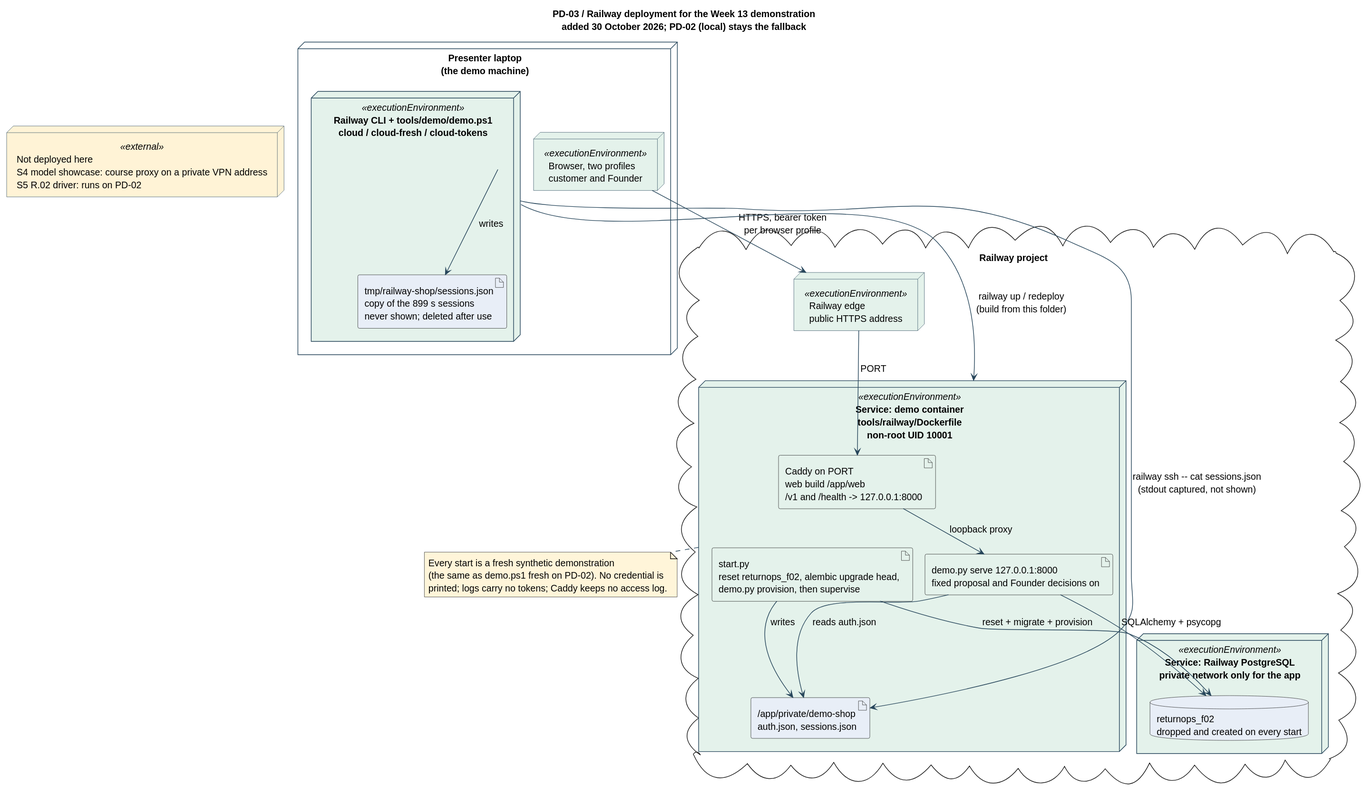
shuxiachai/returnops-au keeps this PlantUML diagram as docs/diagrams/shared/deployment-railway.svg. Above is the earlier version. The source it was exported from:
```plantuml
@startuml
title PD-03 / Railway deployment for the Week 13 demonstration\nadded 30 October 2026; PD-02 (local) stays the fallback
!pragma layout smetana
top to bottom direction
skinparam defaultFontName SansSerif
skinparam defaultFontSize 14
skinparam shadowing false
skinparam componentStyle rectangle
skinparam ArrowColor #27465B
skinparam nodeBorderColor #27465B
skinparam noteBackgroundColor #FFF5D9
skinparam nodesep 55
skinparam ranksep 55

node "Presenter laptop\n(the demo machine)" as Laptop {
  node "Browser, two profiles\ncustomer and Founder" as Browser <<executionEnvironment>> #E4F2EB
  node "Railway CLI + tools/demo/demo.ps1\ncloud / cloud-fresh / cloud-tokens" as Cli <<executionEnvironment>> #E4F2EB {
    artifact "tmp/railway-shop/sessions.json\ncopy of the 899 s sessions\nnever shown; deleted after use" as LocalSessions #E8EEF7
  }
}

cloud "Railway project" as Railway {
  node "Railway edge\npublic HTTPS address" as Edge <<executionEnvironment>> #E4F2EB
  node "Service: demo container\ntools/railway/Dockerfile\nnon-root UID 10001" as Service <<executionEnvironment>> #E4F2EB {
    artifact "start.py\nreset returnops_f02, alembic upgrade head,\ndemo.py provision, then supervise" as Start #E4F2EB
    artifact "Caddy on PORT\nweb build /app/web\n/v1 and /health -> 127.0.0.1:8000" as Caddy #E4F2EB
    artifact "demo.py serve 127.0.0.1:8000\nfixed proposal and Founder decisions on" as Api #E4F2EB
    artifact "/app/private/demo-shop\nauth.json, sessions.json" as Private #E8EEF7
  }
  node "Service: Railway PostgreSQL\nprivate network only for the app" as Postgres <<executionEnvironment>> #E4F2EB {
    database "returnops_f02\ndropped and created on every start" as Database #E8EEF7
  }
}

node "Not deployed here\nS4 model showcase: course proxy on a private VPN address\nS5 R.02 driver: runs on PD-02" as Elsewhere <<external>> #FFF3D6

Browser --> Edge : HTTPS, bearer token\nper browser profile
Edge --> Caddy : PORT
Caddy --> Api : loopback proxy
Start --> Private : writes
Api --> Private : reads auth.json
Start --> Database : reset + migrate + provision
Api --> Database : SQLAlchemy + psycopg
Cli --> Service : railway up / redeploy\n(build from this folder)
Cli --> Private : railway ssh -- cat sessions.json\n(stdout captured, not shown)
Cli --> LocalSessions : writes

note bottom of Service
Every start is a fresh synthetic demonstration
(the same as demo.ps1 fresh on PD-02). No credential is
printed; logs carry no tokens; Caddy keeps no access log.
end note
@enduml
```
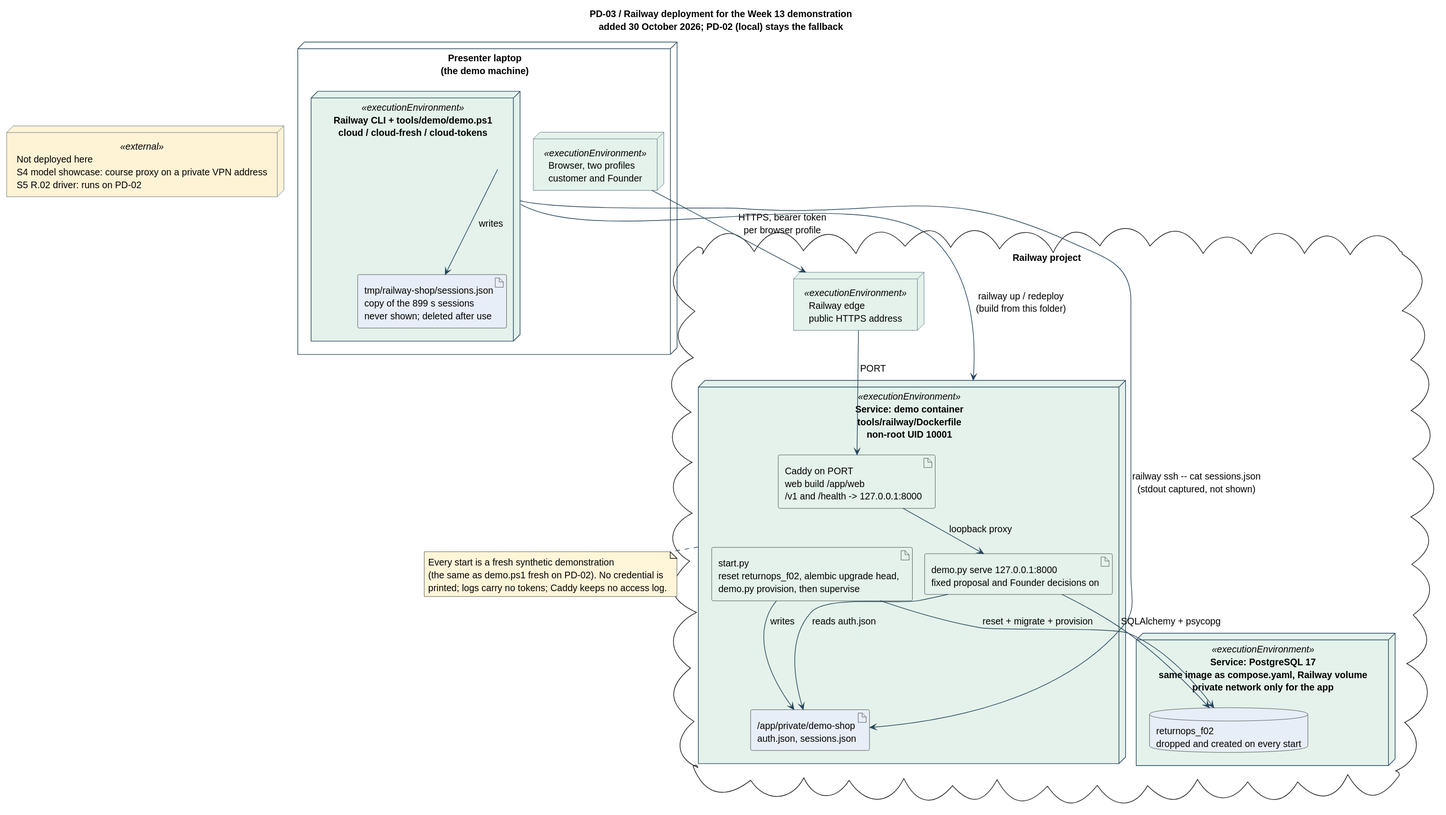
The same diagram one commit later.

Commit message:
fix(KAN-38): Railway needs PostgreSQL 17 and RAILWAY_DOCKERFILE_PATH; record the first real deployment

The edit, as a diff of the source:
```diff
@@ -27,7 +27,7 @@
     artifact "demo.py serve 127.0.0.1:8000\nfixed proposal and Founder decisions on" as Api #E4F2EB
     artifact "/app/private/demo-shop\nauth.json, sessions.json" as Private #E8EEF7
   }
-  node "Service: Railway PostgreSQL\nprivate network only for the app" as Postgres <<executionEnvironment>> #E4F2EB {
+  node "Service: PostgreSQL 17\nsame image as compose.yaml, Railway volume\nprivate network only for the app" as Postgres <<executionEnvironment>> #E4F2EB {
     database "returnops_f02\ndropped and created on every start" as Database #E8EEF7
   }
 }
```
